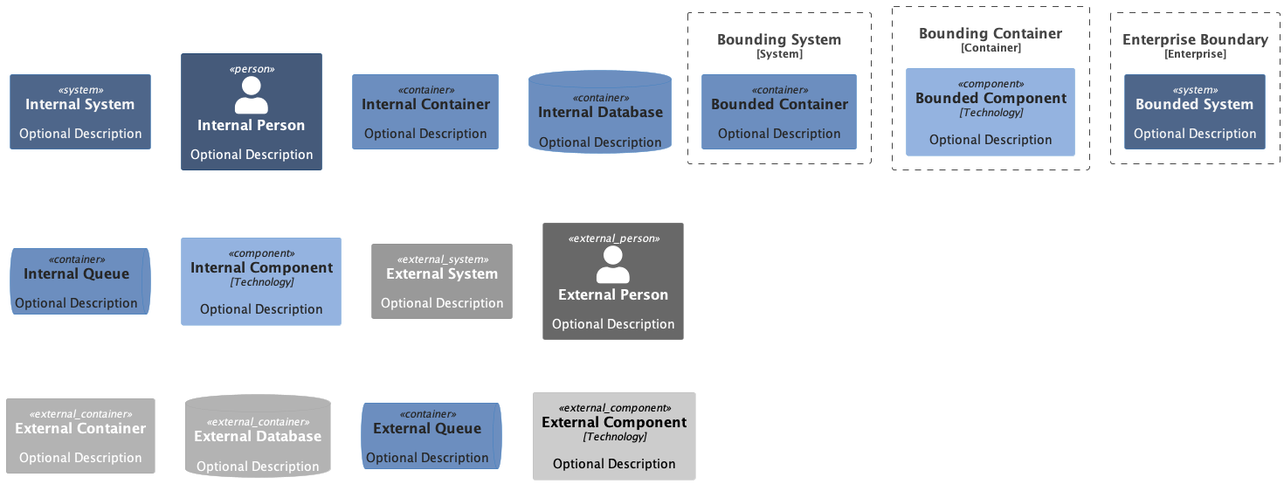
This is docs/Gallery.png from haleyrc/c4, a PlantUML export, as it was before one commit.
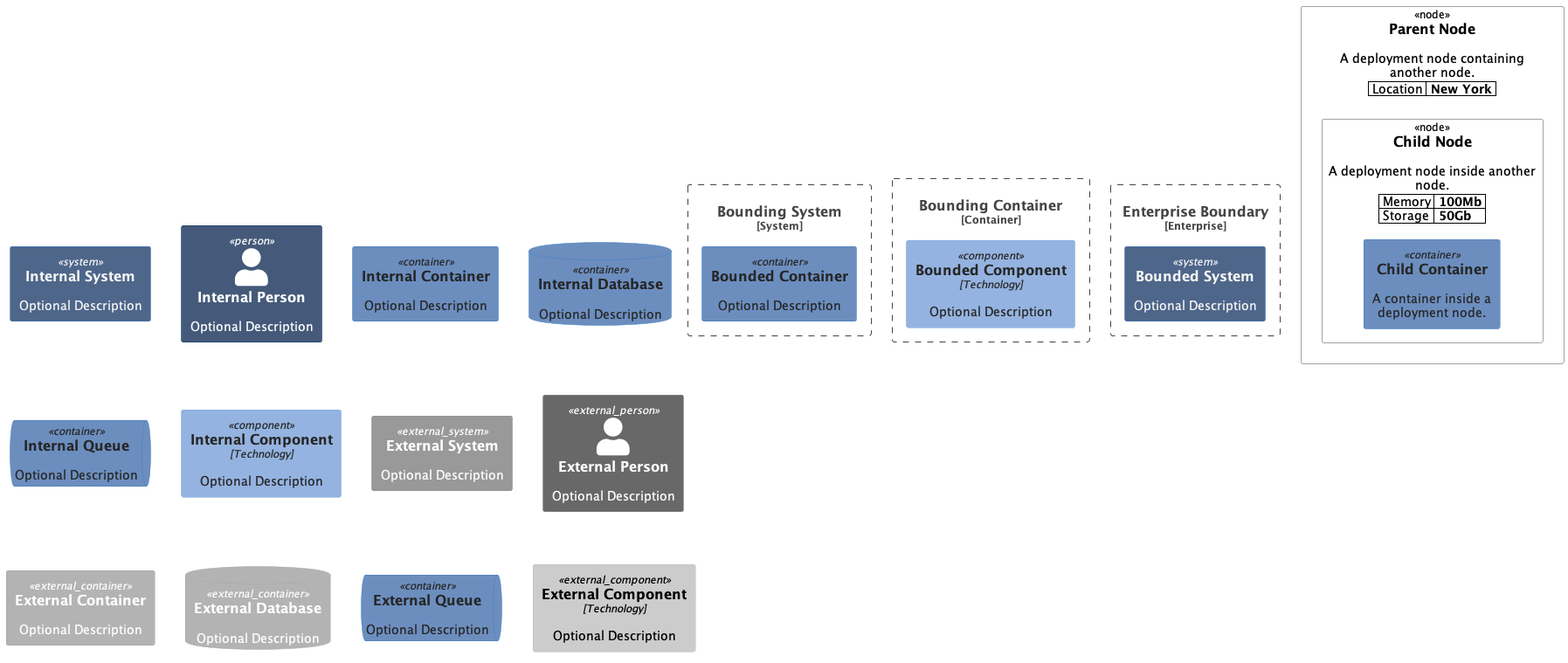
The same diagram one commit later.

Commit message:
feat: Add support for deployment diagrams (#8)

Change to the diagram source:
```diff
@@ -1,7 +1,9 @@
 @startuml Gallery
 !include https://raw.githubusercontent.com/plantuml-stdlib/C4-PlantUML/master/C4_Container.puml
 !include https://raw.githubusercontent.com/plantuml-stdlib/C4-PlantUML/master/C4_Component.puml
+!include https://raw.githubusercontent.com/plantuml-stdlib/C4-PlantUML/master/C4_Deployment.puml
 
+WithoutPropertyHeader()
 LAYOUT_TOP_DOWN()
 
 UpdateElementStyle(system, $bgColor="#4E668A", $fontColor="#F5F5F5")
@@ -29,4 +31,12 @@
 Enterprise_Boundary(enterpriseBoundary, "Enterprise Boundary") {
 	System(boundedSystem, "Bounded System", "Optional Description")
 }
+AddProperty("Location", "New York")
+Deployment_Node(parentNode, "Parent Node", "", "A deployment node containing another node.") {
+	AddProperty("Memory", "100Mb")
+AddProperty("Storage", "50Gb")
+Deployment_Node(childNode, "Child Node", "", "A deployment node inside another node.") {
+	Container(childContainer, "Child Container", "", "A container inside a deployment node.")
+}
+}
 @enduml
```
